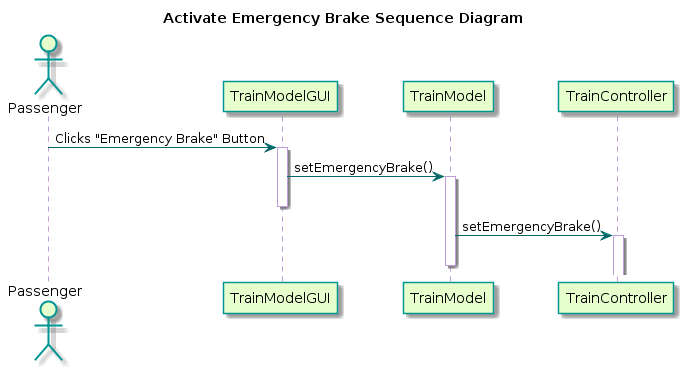
Above: TrainSystem/yUML/Sequence Diagrams/TrainModel/ActivateEmerBrakeSeqDiagram.png in kevingilboy/COE1186 (PlantUML), before the change.
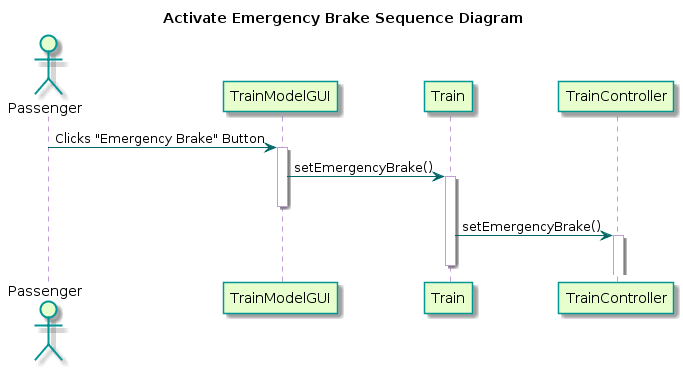
The same file after the commit.

The edit, as a diff of the source:
```diff
@@ -2,11 +2,11 @@
 title Activate Emergency Brake Sequence Diagram
 skinparam sequence {
   BackgroundColor transparent
+  ActorBackgroundColor #e6ffcc
+  ActorBorderColor 	#049595
   ParticipantBackgroundColor #e6ffcc
   ParticipantBorderColor 	#049595
   PackageBorderCOlor  #049595
-  ActorBorderColor #049595
-  ActorBackgroundColor #e6ffcc
   ArrowColor #006666
   LifeLineBorderColor #c09cd9
 }
@@ -14,7 +14,7 @@
 actor Passenger
 
 participant "TrainModelGUI" as A
-participant "TrainModel" as B
+participant "Train" as B
 participant "TrainController" as C
 
 Passenger -> A : Clicks "Emergency Brake" Button
```
